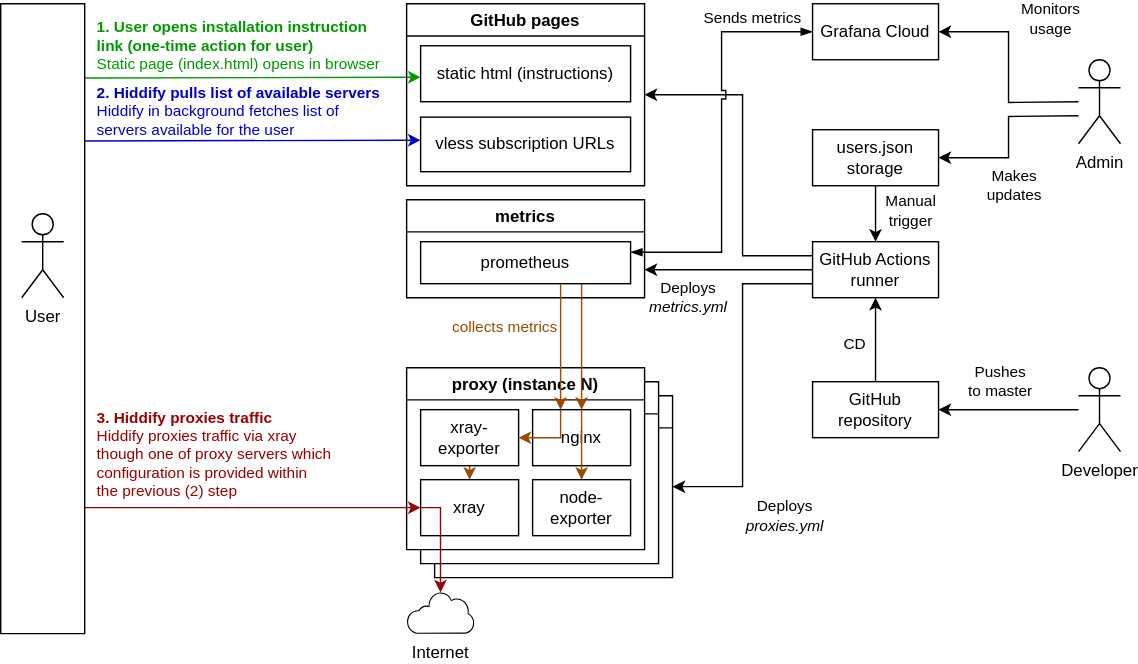
This is diagram.svg from ed-asriyan/rkn-server-deploy, a draw.io export, as it was before one commit. Source tidied: cells renumbered, new cells last; positions are measured from the earlier drawing's top-left corner, leaving out a move shared by most shapes.
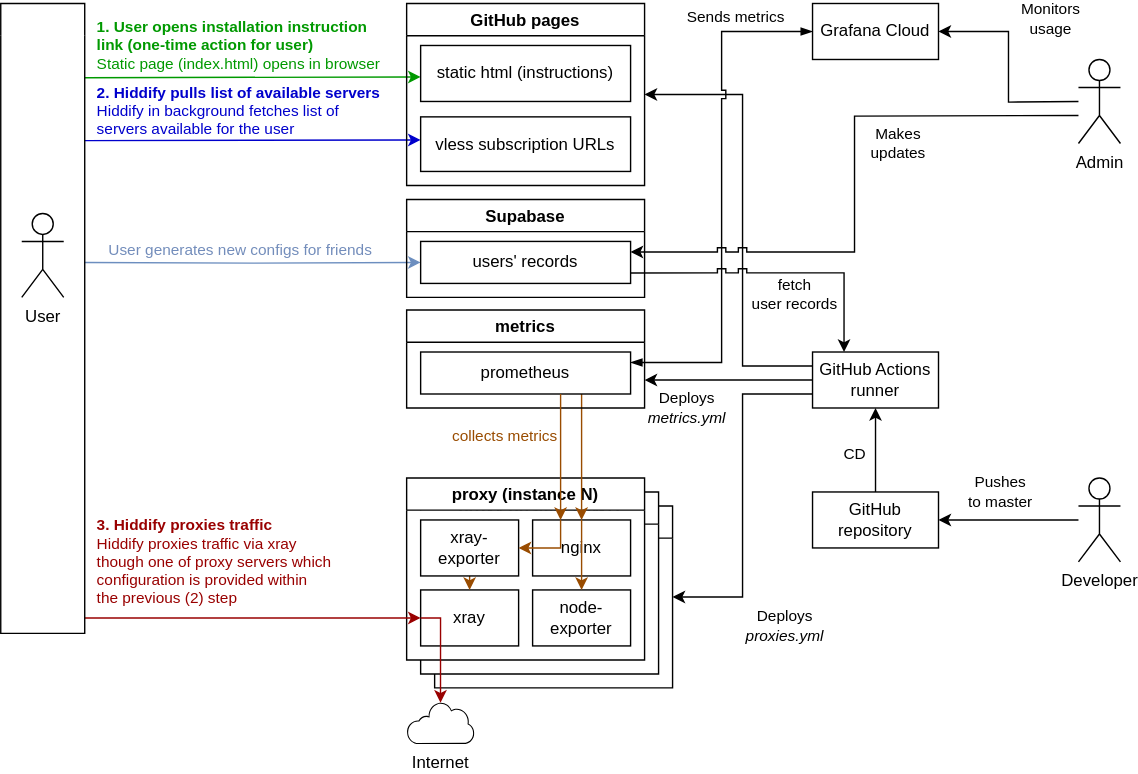
The same diagram one commit later.

Diff of the diagram source:
```diff
@@ -12,14 +12,14 @@
       <mxGeometry relative="1" as="geometry">
         <Array as="points">
           <mxPoint x="530" y="180" />
-          <mxPoint x="530" y="65" />
+          <mxPoint x="530" y="-14" />
         </Array>
       </mxGeometry>
     </mxCell>
     <mxCell id="5" style="endArrow=classic;html=1;rounded=0;fontColor=#009900;strokeColor=#009900;entryX=0;entryY=0.25;entryDx=0;entryDy=0;labelBackgroundColor=none;" parent="1" edge="1">
       <mxGeometry relative="1" as="geometry">
-        <mxPoint x="60" y="53" as="sourcePoint" />
-        <mxPoint x="300" y="52.5" as="targetPoint" />
+        <mxPoint x="60" y="-26" as="sourcePoint" />
+        <mxPoint x="300" y="-26.5" as="targetPoint" />
       </mxGeometry>
     </mxCell>
     <mxCell id="6" value="&lt;div style=&quot;&quot;&gt;&lt;b&gt;1. User opens installation instruction&lt;/b&gt;&lt;/div&gt;&lt;div style=&quot;&quot;&gt;&lt;b&gt;link (one-time action for user)&lt;/b&gt;&lt;/div&gt;&lt;div style=&quot;&quot;&gt;Static page (index.html) opens in browser&lt;/div&gt;" style="edgeLabel;html=1;align=left;verticalAlign=middle;fontColor=#009900;labelBackgroundColor=none;" parent="5" vertex="1">
@@ -29,8 +29,8 @@
     </mxCell>
     <mxCell id="7" style="endArrow=classic;html=1;rounded=0;entryX=0;entryY=0.75;entryDx=0;entryDy=0;fontColor=#0000CC;strokeColor=#0000CC;labelBackgroundColor=none;" parent="1" edge="1">
       <mxGeometry relative="1" as="geometry">
-        <mxPoint x="60" y="98" as="sourcePoint" />
-        <mxPoint x="300" y="97.5" as="targetPoint" />
+        <mxPoint x="60" y="19" as="sourcePoint" />
+        <mxPoint x="300" y="18.5" as="targetPoint" />
       </mxGeometry>
     </mxCell>
     <mxCell id="8" value="&lt;b&gt;2. Hiddify pulls list of available servers&lt;br&gt;&lt;/b&gt;Hiddify in background fetches list of&lt;br&gt;servers available for the user" style="edgeLabel;align=left;verticalAlign=middle;fontColor=#0000CC;labelBorderColor=none;html=1;labelBackgroundColor=none;" parent="7" vertex="1">
@@ -75,11 +75,21 @@
     </mxCell>
     <mxCell id="18" value="&lt;div style=&quot;&quot;&gt;&lt;b&gt;3. Hiddify proxies traffic&amp;nbsp;&lt;/b&gt;&lt;/div&gt;&lt;div style=&quot;&quot;&gt;Hiddify proxies traffic via xray&lt;/div&gt;&lt;div style=&quot;&quot;&gt;though one of proxy servers which&lt;/div&gt;&lt;div style=&quot;&quot;&gt;configuration is provided within&lt;/div&gt;&lt;div style=&quot;&quot;&gt;the previous (2) step&lt;/div&gt;" style="edgeLabel;html=1;align=left;verticalAlign=middle;fontColor=#990000;labelBackgroundColor=none;" parent="17" vertex="1">
       <mxGeometry x="-0.24" y="3" relative="1" as="geometry">
-        <mxPoint x="-84" y="-35" as="offset" />
+        <mxPoint x="-84" y="-37" as="offset" />
       </mxGeometry>
     </mxCell>
+    <mxCell id="53" style="edgeStyle=orthogonalEdgeStyle;rounded=0;jettySize=auto;html=1;entryX=0;entryY=0.5;entryDx=0;entryDy=0;fontColor=#A9C4EB;fillColor=#dae8fc;strokeColor=#6c8ebf;" parent="1" edge="1" target="56">
+      <mxGeometry relative="1" as="geometry">
+        <mxPoint x="60" y="106" as="sourcePoint" />
+      </mxGeometry>
+    </mxCell>
+    <mxCell id="54" value="User generates new configs for friends " style="edgeLabel;html=1;align=center;verticalAlign=middle;labelBackgroundColor=none;fontColor=#738dbb;" parent="53" vertex="1">
+      <mxGeometry x="-0.2" y="-2" relative="1" as="geometry">
+        <mxPoint x="14" y="-12" as="offset" />
+      </mxGeometry>
+    </mxCell>
     <mxCell id="19" style="swimlane;strokeColor=default;swimlaneLine=0;fillColor=none;labelBackgroundColor=none;" parent="1" vertex="1">
-      <mxGeometry width="60" height="450" as="geometry" />
+      <mxGeometry y="-79" width="60" height="450" as="geometry" />
     </mxCell>
     <mxCell id="20" value="User" style="shape=umlActor;verticalLabelPosition=bottom;verticalAlign=top;html=1;fillColor=none;labelBackgroundColor=none;" parent="19" vertex="1">
       <mxGeometry x="15" y="150" width="30" height="60" as="geometry" />
@@ -104,11 +114,11 @@
       </mxGeometry>
     </mxCell>
     <mxCell id="26" value="Admin" style="shape=umlActor;verticalLabelPosition=bottom;verticalAlign=top;html=1;fillColor=none;labelBackgroundColor=none;" parent="1" vertex="1">
-      <mxGeometry x="770" y="40" width="30" height="60" as="geometry" />
+      <mxGeometry x="770" y="-39" width="30" height="60" as="geometry" />
     </mxCell>
     <mxCell id="27" style="endArrow=classic;html=1;rounded=0;entryX=1;entryY=0.5;entryDx=0;entryDy=0;edgeStyle=orthogonalEdgeStyle;labelBackgroundColor=none;" parent="1" edge="1" target="34">
       <mxGeometry relative="1" as="geometry">
-        <mxPoint x="770" y="70" as="sourcePoint" />
+        <mxPoint x="770" y="-9" as="sourcePoint" />
       </mxGeometry>
     </mxCell>
     <mxCell id="28" value="Monitors&lt;br&gt;usage" style="edgeLabel;html=1;align=center;verticalAlign=middle;labelBackgroundColor=none;" parent="27" vertex="1">
@@ -134,7 +144,7 @@
       <mxGeometry x="580" y="270" width="90" height="40" as="geometry" />
     </mxCell>
     <mxCell id="34" value="Grafana Cloud" style="rounded=0;whiteSpace=wrap;html=1;fillColor=none;labelBackgroundColor=none;" parent="1" vertex="1">
-      <mxGeometry x="580" width="90" height="40" as="geometry" />
+      <mxGeometry x="580" y="-79" width="90" height="40" as="geometry" />
     </mxCell>
     <mxCell id="35" style="rounded=0;jettySize=auto;html=1;strokeColor=#994C00;entryX=0.5;entryY=0;entryDx=0;entryDy=0;labelBackgroundColor=none;" parent="1" edge="1" target="12">
       <mxGeometry relative="1" as="geometry">
@@ -159,25 +169,14 @@
     <mxCell id="39" style="edgeStyle=orthogonalEdgeStyle;rounded=0;orthogonalLoop=1;jettySize=auto;html=1;exitX=0.5;exitY=1;exitDx=0;exitDy=0;exitPerimeter=0;labelBackgroundColor=none;" parent="1" edge="1" source="37" target="37">
       <mxGeometry relative="1" as="geometry" />
     </mxCell>
-    <mxCell id="40" style="edgeStyle=orthogonalEdgeStyle;rounded=0;jettySize=auto;html=1;labelBackgroundColor=none;" parent="1" edge="1" source="42" target="32">
-      <mxGeometry relative="1" as="geometry" />
-    </mxCell>
-    <mxCell id="41" value="&lt;div&gt;Manual&lt;/div&gt;&lt;div&gt;trigger&lt;/div&gt;" style="edgeLabel;html=1;align=center;verticalAlign=middle;labelBackgroundColor=none;" parent="40" vertex="1">
-      <mxGeometry x="-0.16" y="-1" relative="1" as="geometry">
-        <mxPoint x="26" as="offset" />
-      </mxGeometry>
-    </mxCell>
-    <mxCell id="42" value="&lt;div&gt;users.json storage&lt;br&gt;&lt;/div&gt;" style="rounded=0;whiteSpace=wrap;html=1;fillColor=none;labelBackgroundColor=none;" parent="1" vertex="1">
-      <mxGeometry x="580" y="90" width="90" height="40" as="geometry" />
-    </mxCell>
-    <mxCell id="43" style="endArrow=classic;html=1;rounded=0;entryX=1;entryY=0.5;entryDx=0;entryDy=0;edgeStyle=orthogonalEdgeStyle;labelBackgroundColor=none;" parent="1" edge="1" target="42">
+    <mxCell id="43" style="endArrow=classic;html=1;rounded=0;entryX=1;entryY=0.25;entryDx=0;entryDy=0;edgeStyle=orthogonalEdgeStyle;labelBackgroundColor=none;jumpStyle=sharp;" parent="1" edge="1" target="56">
       <mxGeometry relative="1" as="geometry">
-        <mxPoint x="770" y="80" as="sourcePoint" />
+        <mxPoint x="770" y="1" as="sourcePoint" />
       </mxGeometry>
     </mxCell>
     <mxCell id="44" value="&lt;div&gt;Makes&lt;/div&gt;&lt;div&gt;updates&lt;/div&gt;" style="edgeLabel;html=1;align=center;verticalAlign=middle;labelBackgroundColor=none;" parent="43" vertex="1">
       <mxGeometry x="0.29" y="2" relative="1" as="geometry">
-        <mxPoint x="8" y="18" as="offset" />
+        <mxPoint x="43" y="-80" as="offset" />
       </mxGeometry>
     </mxCell>
     <mxCell id="45" value="metrics" style="swimlane;strokeColor=default;swimlaneLine=1;fillColor=none;labelBackgroundColor=none;" parent="1" vertex="1">
@@ -187,7 +186,7 @@
       <mxGeometry x="10" y="30" width="150" height="30" as="geometry" />
     </mxCell>
     <mxCell id="47" value="GitHub pages" style="swimlane;strokeColor=default;swimlaneLine=1;fillColor=none;labelBackgroundColor=none;" parent="1" vertex="1">
-      <mxGeometry x="290" width="170" height="130" as="geometry" />
+      <mxGeometry x="290" y="-79" width="170" height="130" as="geometry" />
     </mxCell>
     <mxCell id="48" value="static html (instructions)" style="whiteSpace=wrap;html=1;fillColor=none;labelBackgroundColor=none;" parent="47" vertex="1">
       <mxGeometry x="10" y="30" width="150" height="40" as="geometry" />
@@ -211,5 +210,19 @@
         <mxPoint x="400" y="290" as="targetPoint" />
       </mxGeometry>
     </mxCell>
+    <mxCell id="55" value="Supabase" style="swimlane;strokeColor=default;swimlaneLine=1;fillColor=none;labelBackgroundColor=none;" parent="1" vertex="1">
+      <mxGeometry x="290" y="61" width="170" height="70" as="geometry" />
+    </mxCell>
+    <mxCell id="56" value="users' records" style="whiteSpace=wrap;html=1;fillColor=none;labelBackgroundColor=none;" parent="55" vertex="1">
+      <mxGeometry x="10" y="30" width="150" height="30" as="geometry" />
+    </mxCell>
+    <mxCell id="57" style="edgeStyle=orthogonalEdgeStyle;rounded=0;jettySize=auto;html=1;exitX=1;exitY=0.75;exitDx=0;exitDy=0;entryX=0.25;entryY=0;entryDx=0;entryDy=0;jumpStyle=sharp;" parent="1" edge="1" source="56" target="32">
+      <mxGeometry relative="1" as="geometry" />
+    </mxCell>
+    <mxCell id="58" value="&lt;div&gt;fetch&lt;/div&gt;&lt;div&gt;user records&lt;/div&gt;" style="edgeLabel;html=1;align=center;verticalAlign=middle;labelBackgroundColor=none;" parent="57" vertex="1">
+      <mxGeometry x="0.01" y="2" relative="1" as="geometry">
+        <mxPoint x="11" y="17" as="offset" />
+      </mxGeometry>
+    </mxCell>
   </root>
 </mxGraphModel>
```
